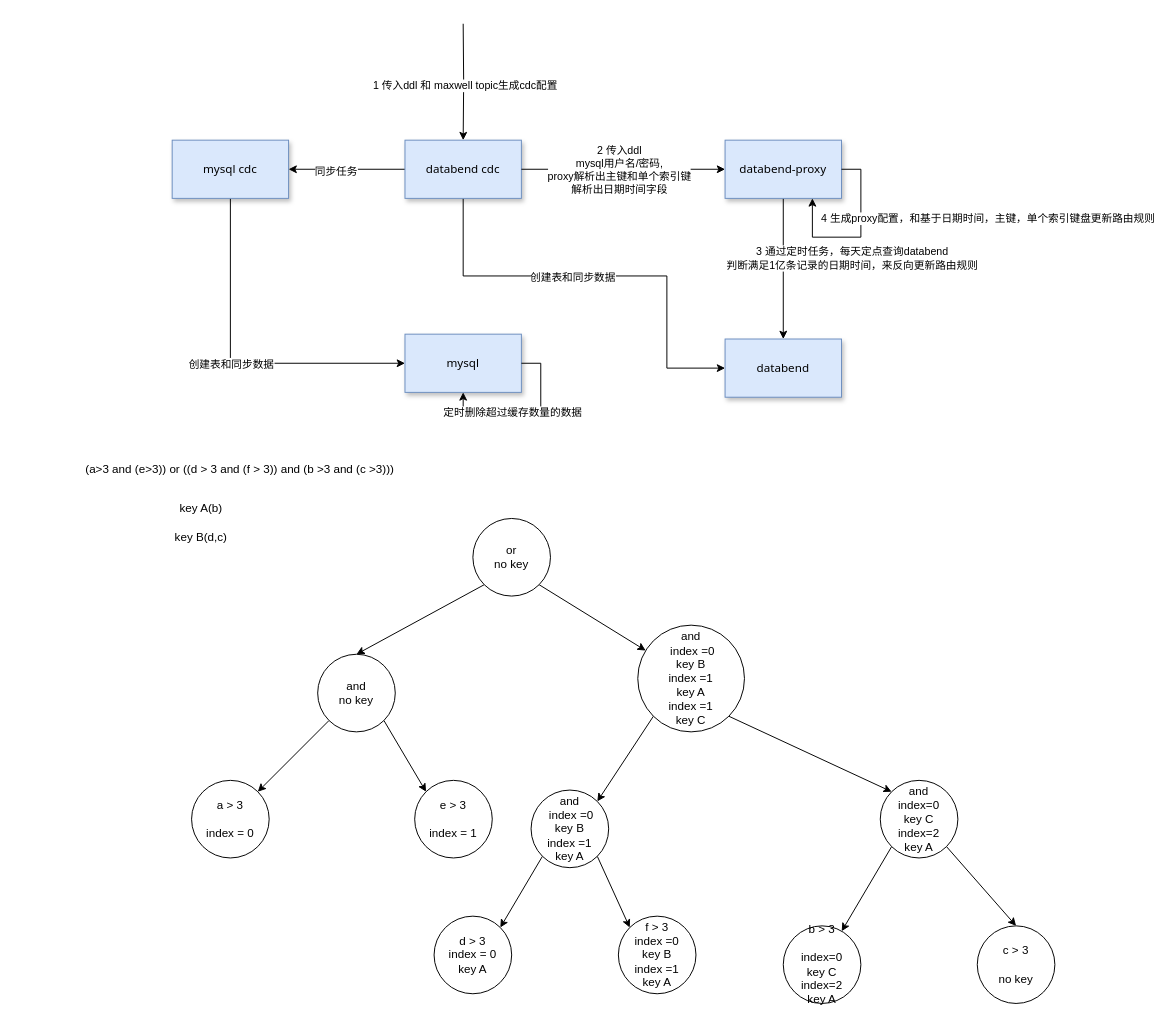
Above: doc/databend-mysql缓存实现设计.drawio in jackjoesh/databend (draw.io), before the change. Source tidied: cells renumbered, new cells numbered last; positions are measured from the earlier drawing's top-left corner, leaving out a move shared by most shapes. Both pictures are drawn from the tidied source at 97%, with x=0, y=0 at pixel (16, 23).
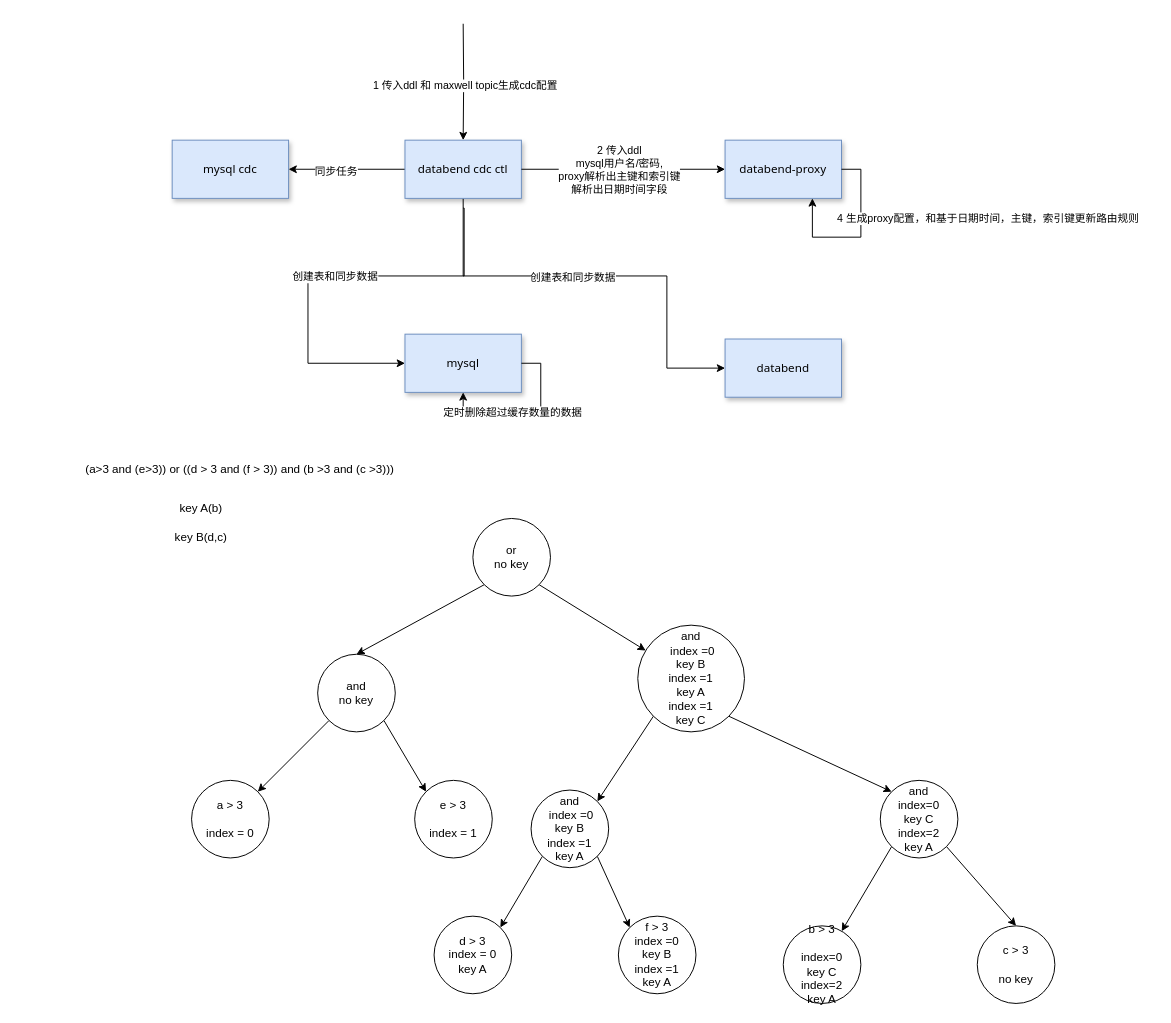
The same page after the edit.

Commit message:
更新databend-mysql缓存实现设计.drawio

The change refers to these unchanged cells:
```xml
<mxCell id="9" value="databend-proxy" style="rounded=0;whiteSpace=wrap;html=1;fillColor=#dae8fc;strokeColor=#6c8ebf;shadow=1;fontFamily=Tahoma;" parent="1" vertex="1">
  <mxGeometry x="730" y="120" width="120" height="60" as="geometry" />
</mxCell>
<mxCell id="10" value="databend" style="rounded=0;whiteSpace=wrap;html=1;fillColor=#dae8fc;strokeColor=#6c8ebf;shadow=1;fontFamily=Tahoma;" parent="1" vertex="1">
  <mxGeometry x="730" y="325" width="120" height="60" as="geometry" />
</mxCell>
<mxCell id="13" style="edgeStyle=orthogonalEdgeStyle;rounded=0;jettySize=auto;html=1;exitX=1;exitY=0.5;exitDx=0;exitDy=0;" parent="1" edge="1" source="6" target="9">
  <mxGeometry relative="1" as="geometry" />
</mxCell>
<mxCell id="15" style="edgeStyle=orthogonalEdgeStyle;rounded=0;jettySize=auto;html=1;exitX=1;exitY=0.5;exitDx=0;exitDy=0;" parent="1" edge="1" source="9">
  <mxGeometry relative="1" as="geometry">
    <mxPoint x="820" y="180" as="targetPoint" />
    <Array as="points">
      <mxPoint x="870" y="150" />
      <mxPoint x="870" y="220" />
      <mxPoint x="820" y="220" />
    </Array>
  </mxGeometry>
</mxCell>
<mxCell id="17" value="mysql" style="rounded=0;whiteSpace=wrap;html=1;fillColor=#dae8fc;strokeColor=#6c8ebf;shadow=1;fontFamily=Tahoma;" parent="1" vertex="1">
  <mxGeometry x="400" y="320" width="120" height="60" as="geometry" />
</mxCell>
<mxCell id="22" value="mysql cdc" style="rounded=0;whiteSpace=wrap;html=1;fillColor=#dae8fc;strokeColor=#6c8ebf;shadow=1;fontFamily=Tahoma;" parent="1" vertex="1">
  <mxGeometry x="160" y="120" width="120" height="60" as="geometry" />
</mxCell>
```

What changed in the source:
```diff
@@
-    <mxCell id="6" value="databend cdc" style="rounded=0;whiteSpace=wrap;html=1;fillColor=#dae8fc;strokeColor=#6c8ebf;shadow=1;fontFamily=Tahoma;" parent="1" vertex="1">
+    <mxCell id="6" value="databend cdc ctl" style="rounded=0;whiteSpace=wrap;html=1;fillColor=#dae8fc;strokeColor=#6c8ebf;shadow=1;fontFamily=Tahoma;" parent="1" vertex="1">
       <mxGeometry x="400" y="120" width="120" height="60" as="geometry" />
     </mxCell>
-    <mxCell id="7" style="edgeStyle=orthogonalEdgeStyle;rounded=0;jettySize=auto;html=1;exitX=0.5;exitY=1;exitDx=0;exitDy=0;entryX=0.5;entryY=0;entryDx=0;entryDy=0;" parent="1" edge="1" source="9" target="10">
-      <mxGeometry relative="1" as="geometry" />
-    </mxCell>
-    <mxCell id="8" value="3 通过定时任务，每天定点查询databend&lt;div&gt;判断满足1亿条记录的日期时间，来反向更新路由规则&lt;/div&gt;" style="edgeLabel;html=1;align=center;verticalAlign=middle;" parent="7" vertex="1">
-      <mxGeometry x="-0.16" y="3" relative="1" as="geometry">
-        <mxPoint x="67" as="offset" />
-      </mxGeometry>
-    </mxCell>
@@
-    <mxCell id="14" value="2 传入ddl&lt;div&gt;mysql用户名/密码,&lt;div&gt;proxy解析出主键和单个索引键&lt;/div&gt;&lt;/div&gt;&lt;div&gt;解析出日期时间字段&lt;/div&gt;" style="edgeLabel;html=1;align=center;verticalAlign=middle;" parent="13" vertex="1">
+    <mxCell id="14" value="2 传入ddl&lt;div&gt;mysql用户名/密码,&lt;div&gt;proxy解析出主键和索引键&lt;/div&gt;&lt;/div&gt;&lt;div&gt;解析出日期时间字段&lt;/div&gt;" style="edgeLabel;html=1;align=center;verticalAlign=middle;" parent="13" vertex="1">
       <mxGeometry x="0.21" y="2" relative="1" as="geometry">
         <mxPoint x="-27" y="2" as="offset" />
       </mxGeometry>
     </mxCell>
@@
-    <mxCell id="16" value="4 生成proxy配置，和基于日期时间，主键，单个索引键盘更新路由规则" style="edgeLabel;html=1;align=center;verticalAlign=middle;" parent="15" vertex="1">
+    <mxCell id="16" value="4 生成proxy配置，和基于日期时间，主键，索引键更新路由规则" style="edgeLabel;html=1;align=center;verticalAlign=middle;" parent="15" vertex="1">
       <mxGeometry x="-0.14" y="-3" relative="1" as="geometry">
         <mxPoint x="133" y="-7" as="offset" />
       </mxGeometry>
     </mxCell>
@@
-    <mxCell id="20" style="edgeStyle=orthogonalEdgeStyle;rounded=0;jettySize=auto;html=1;exitX=0.5;exitY=1;exitDx=0;exitDy=0;entryX=0;entryY=0.5;entryDx=0;entryDy=0;" parent="1" edge="1" source="22" target="17">
-      <mxGeometry relative="1" as="geometry" />
+    <mxCell id="20" style="edgeStyle=orthogonalEdgeStyle;rounded=0;jettySize=auto;html=1;entryX=0;entryY=0.5;entryDx=0;entryDy=0;" parent="1" edge="1" target="17">
+      <mxGeometry relative="1" as="geometry">
+        <mxPoint x="460" y="190" as="sourcePoint" />
+        <Array as="points">
+          <mxPoint x="461" y="190" />
+          <mxPoint x="461" y="260" />
+          <mxPoint x="300" y="260" />
+          <mxPoint x="300" y="350" />
+        </Array>
+      </mxGeometry>
     </mxCell>
```
